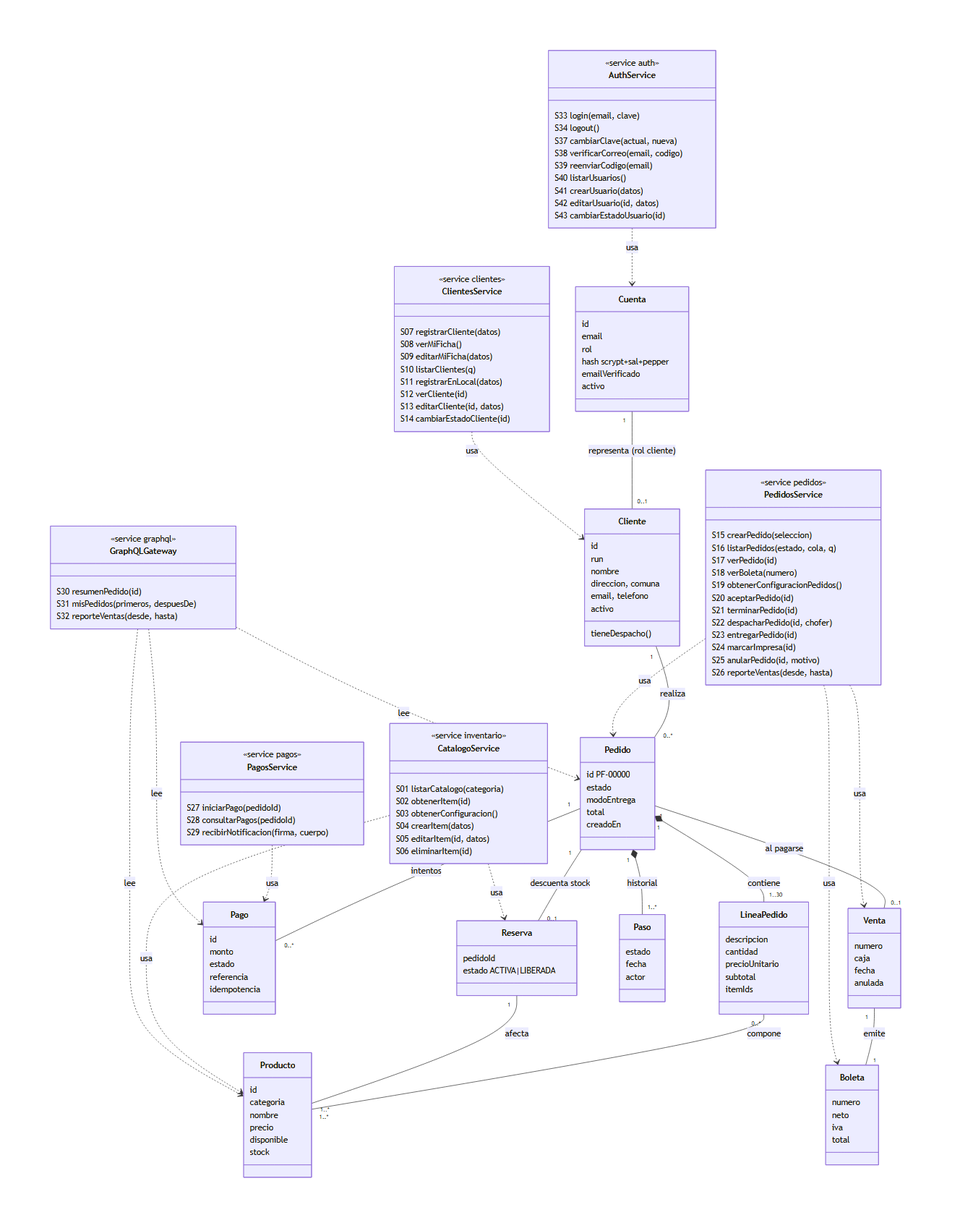
Above: docs/diagramas/dominio.png in kemunozcastillo/DesarrolloWeb_KevinMunoz (Mermaid), before the change. Its source is kept beside it as docs/diagramas/dominio.mmd.
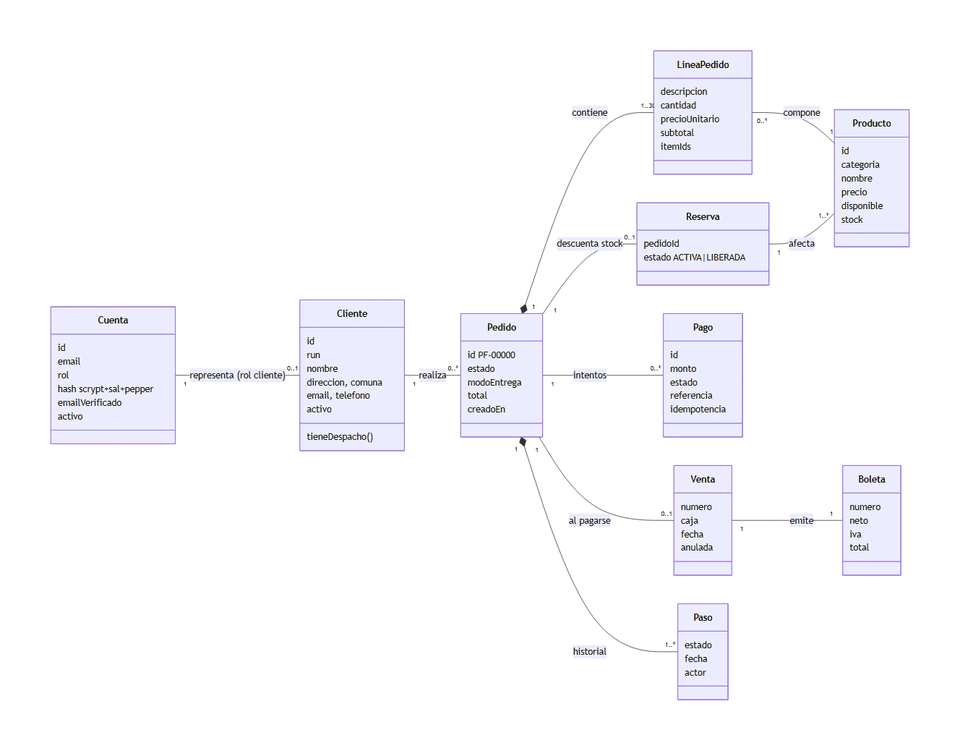
After the commit.

Commit message:
Informe: anexo con un ejemplo por contrato, diagramas legibles y ajustes

Change to the diagram source:
```diff
@@ -1,5 +1,5 @@
 classDiagram
-  direction TB
+  direction LR
   class Cliente {
     id
     run
@@ -77,74 +77,3 @@
   Pedido "1" -- "0..*" Pago : intentos
   Pedido "1" -- "0..1" Reserva : descuenta stock
   Reserva "1" -- "1..*" Producto : afecta
-
-  class CatalogoService {
-    <<service inventario>>
-    S01 listarCatalogo(categoria)
-    S02 obtenerItem(id)
-    S03 obtenerConfiguracion()
-    S04 crearItem(datos)
-    S05 editarItem(id, datos)
-    S06 eliminarItem(id)
-  }
-  class ClientesService {
-    <<service clientes>>
-    S07 registrarCliente(datos)
-    S08 verMiFicha()
-    S09 editarMiFicha(datos)
-    S10 listarClientes(q)
-    S11 registrarEnLocal(datos)
-    S12 verCliente(id)
-    S13 editarCliente(id, datos)
-    S14 cambiarEstadoCliente(id)
-  }
-  class PedidosService {
-    <<service pedidos>>
-    S15 crearPedido(seleccion)
-    S16 listarPedidos(estado, cola, q)
-    S17 verPedido(id)
-    S18 verBoleta(numero)
-    S19 obtenerConfiguracionPedidos()
-    S20 aceptarPedido(id)
-    S21 terminarPedido(id)
-    S22 despacharPedido(id, chofer)
-    S23 entregarPedido(id)
-    S24 marcarImpresa(id)
-    S25 anularPedido(id, motivo)
-    S26 reporteVentas(desde, hasta)
-  }
-  class PagosService {
-    <<service pagos>>
-    S27 iniciarPago(pedidoId)
-    S28 consultarPagos(pedidoId)
-    S29 recibirNotificacion(firma, cuerpo)
-  }
-  class AuthService {
-    <<service auth>>
-    S33 login(email, clave)
-    S34 logout()
-    S37 cambiarClave(actual, nueva)
-    S38 verificarCorreo(email, codigo)
-    S39 reenviarCodigo(email)
-    S40 listarUsuarios()
-    S41 crearUsuario(datos)
-    S42 editarUsuario(id, datos)
-    S43 cambiarEstadoUsuario(id)
-  }
-  class GraphQLGateway {
-    <<service graphql>>
-    S30 resumenPedido(id)
-    S31 misPedidos(primeros, despuesDe)
-    S32 reporteVentas(desde, hasta)
-  }
-  CatalogoService ..> Producto : usa
-  CatalogoService ..> Reserva : usa
-  ClientesService ..> Cliente : usa
-  PedidosService ..> Pedido : usa
-  PedidosService ..> Venta : usa
-  PedidosService ..> Boleta : usa
-  PagosService ..> Pago : usa
-  AuthService ..> Cuenta : usa
-  GraphQLGateway ..> Pedido : lee
-  GraphQLGateway ..> Pago : lee
-  GraphQLGateway ..> Producto : lee
```
